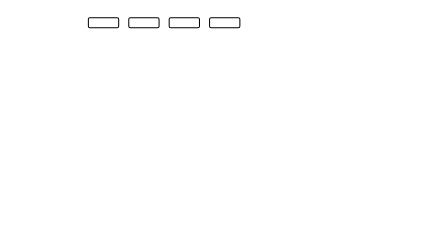
The draw.io diagram ceph/ceph_cluster.drawio in EarthWind/deeparch, before the edit. Source tidied: cells renumbered, new cells numbered last; positions are measured from the earlier drawing's top-left corner, leaving out a move shared by most shapes. Both pictures are drawn from the tidied source at 101%, with x=0, y=0 at pixel (88, 17).
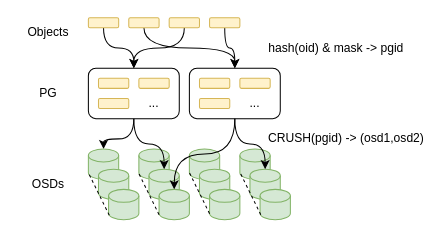
The same diagram, later.

The edit, as a diff of the source:
```diff
@@
+    <mxCell id="6" style="edgeStyle=orthogonalEdgeStyle;curved=1;rounded=0;jettySize=auto;html=1;entryX=0.5;entryY=0;entryDx=0;entryDy=0;" parent="1" edge="1" source="2" target="12">
+      <mxGeometry relative="1" as="geometry" />
+    </mxCell>
-    <mxCell id="2" style="rounded=1;whiteSpace=wrap;html=1;" parent="1" vertex="1">
+    <mxCell id="2" style="rounded=1;whiteSpace=wrap;html=1;fillColor=#fff2cc;strokeColor=#d6b656;" parent="1" vertex="1">
       <mxGeometry width="30" height="10" as="geometry" />
     </mxCell>
+    <mxCell id="7" style="edgeStyle=orthogonalEdgeStyle;curved=1;rounded=0;jettySize=auto;html=1;entryX=0.5;entryY=0;entryDx=0;entryDy=0;exitX=0.5;exitY=1;exitDx=0;exitDy=0;" parent="1" edge="1" source="3" target="17">
+      <mxGeometry relative="1" as="geometry" />
+    </mxCell>
-    <mxCell id="3" style="rounded=1;whiteSpace=wrap;html=1;" parent="1" vertex="1">
+    <mxCell id="3" style="rounded=1;whiteSpace=wrap;html=1;fillColor=#fff2cc;strokeColor=#d6b656;" parent="1" vertex="1">
       <mxGeometry x="40" width="30" height="10" as="geometry" />
     </mxCell>
+    <mxCell id="8" style="edgeStyle=orthogonalEdgeStyle;curved=1;rounded=0;jettySize=auto;html=1;entryX=0.5;entryY=0;entryDx=0;entryDy=0;" parent="1" edge="1" source="4" target="12">
+      <mxGeometry relative="1" as="geometry" />
+    </mxCell>
-    <mxCell id="4" style="rounded=1;whiteSpace=wrap;html=1;" parent="1" vertex="1">
+    <mxCell id="4" style="rounded=1;whiteSpace=wrap;html=1;fillColor=#fff2cc;strokeColor=#d6b656;" parent="1" vertex="1">
       <mxGeometry x="80" width="30" height="10" as="geometry" />
     </mxCell>
+    <mxCell id="9" style="edgeStyle=orthogonalEdgeStyle;curved=1;rounded=0;jettySize=auto;html=1;entryX=0.5;entryY=0;entryDx=0;entryDy=0;" parent="1" edge="1" source="5" target="17">
+      <mxGeometry relative="1" as="geometry" />
+    </mxCell>
-    <mxCell id="5" style="rounded=1;whiteSpace=wrap;html=1;" parent="1" vertex="1">
+    <mxCell id="5" style="rounded=1;whiteSpace=wrap;html=1;fillColor=#fff2cc;strokeColor=#d6b656;" parent="1" vertex="1">
       <mxGeometry x="120" width="30" height="10" as="geometry" />
     </mxCell>
+    <mxCell id="10" value="Objects" style="text;html=1;align=center;verticalAlign=middle;strokeColor=none;fillColor=none;" parent="1" vertex="1">
+      <mxGeometry x="-70" y="5" width="60" height="20" as="geometry" />
+    </mxCell>
+    <mxCell id="11" style="edgeStyle=orthogonalEdgeStyle;curved=1;rounded=0;jettySize=auto;html=1;" parent="1" edge="1" source="12" target="23">
+      <mxGeometry relative="1" as="geometry" />
+    </mxCell>
+    <mxCell id="12" style="rounded=1;whiteSpace=wrap;html=1;" parent="1" vertex="1">
+      <mxGeometry y="50" width="90" height="50" as="geometry" />
+    </mxCell>
+    <mxCell id="13" style="rounded=1;whiteSpace=wrap;html=1;fillColor=#fff2cc;strokeColor=#d6b656;" parent="1" vertex="1">
+      <mxGeometry x="10" y="60" width="30" height="10" as="geometry" />
+    </mxCell>
+    <mxCell id="14" style="rounded=1;whiteSpace=wrap;html=1;fillColor=#fff2cc;strokeColor=#d6b656;" parent="1" vertex="1">
+      <mxGeometry x="50" y="60" width="30" height="10" as="geometry" />
+    </mxCell>
+    <mxCell id="15" style="rounded=1;whiteSpace=wrap;html=1;fillColor=#fff2cc;strokeColor=#d6b656;" parent="1" vertex="1">
+      <mxGeometry x="10" y="80" width="30" height="10" as="geometry" />
+    </mxCell>
+    <mxCell id="16" value="..." style="rounded=1;whiteSpace=wrap;html=1;strokeColor=none;" parent="1" vertex="1">
+      <mxGeometry x="50" y="80" width="30" height="10" as="geometry" />
+    </mxCell>
+    <mxCell id="17" style="rounded=1;whiteSpace=wrap;html=1;" parent="1" vertex="1">
+      <mxGeometry x="100" y="50" width="90" height="50" as="geometry" />
+    </mxCell>
+    <mxCell id="18" style="rounded=1;whiteSpace=wrap;html=1;fillColor=#fff2cc;strokeColor=#d6b656;" parent="1" vertex="1">
+      <mxGeometry x="110" y="60" width="30" height="10" as="geometry" />
+    </mxCell>
+    <mxCell id="19" style="rounded=1;whiteSpace=wrap;html=1;fillColor=#fff2cc;strokeColor=#d6b656;" parent="1" vertex="1">
+      <mxGeometry x="150" y="60" width="30" height="10" as="geometry" />
+    </mxCell>
+    <mxCell id="20" style="rounded=1;whiteSpace=wrap;html=1;fillColor=#fff2cc;strokeColor=#d6b656;" parent="1" vertex="1">
+      <mxGeometry x="110" y="80" width="30" height="10" as="geometry" />
+    </mxCell>
+    <mxCell id="21" value="..." style="rounded=1;whiteSpace=wrap;html=1;strokeColor=none;" parent="1" vertex="1">
+      <mxGeometry x="150" y="80" width="30" height="10" as="geometry" />
+    </mxCell>
+    <mxCell id="22" value="PG" style="text;html=1;align=center;verticalAlign=middle;strokeColor=none;fillColor=none;" parent="1" vertex="1">
+      <mxGeometry x="-55" y="65" width="30" height="20" as="geometry" />
+    </mxCell>
+    <mxCell id="23" style="shape=cylinder3;whiteSpace=wrap;html=1;boundedLbl=1;backgroundOutline=1;size=6.4285714285713595;fillColor=#d5e8d4;strokeColor=#82b366;" parent="1" vertex="1">
+      <mxGeometry y="130" width="30" height="30" as="geometry" />
+    </mxCell>
+    <mxCell id="24" style="shape=cylinder3;whiteSpace=wrap;html=1;boundedLbl=1;backgroundOutline=1;size=6.4285714285713595;fillColor=#d5e8d4;strokeColor=#82b366;" parent="1" vertex="1">
+      <mxGeometry x="50" y="130" width="30" height="30" as="geometry" />
+    </mxCell>
+    <mxCell id="25" style="shape=cylinder3;whiteSpace=wrap;html=1;boundedLbl=1;backgroundOutline=1;size=6.4285714285713595;fillColor=#d5e8d4;strokeColor=#82b366;" parent="1" vertex="1">
+      <mxGeometry x="10" y="150" width="30" height="30" as="geometry" />
+    </mxCell>
+    <mxCell id="26" style="shape=cylinder3;whiteSpace=wrap;html=1;boundedLbl=1;backgroundOutline=1;size=6.4285714285713595;fillColor=#d5e8d4;strokeColor=#82b366;" parent="1" vertex="1">
+      <mxGeometry x="60" y="150" width="30" height="30" as="geometry" />
+    </mxCell>
+    <mxCell id="27" style="shape=cylinder3;whiteSpace=wrap;html=1;boundedLbl=1;backgroundOutline=1;size=6.4285714285713595;fillColor=#d5e8d4;strokeColor=#82b366;" parent="1" vertex="1">
+      <mxGeometry x="20" y="170" width="30" height="30" as="geometry" />
+    </mxCell>
+    <mxCell id="28" style="shape=cylinder3;whiteSpace=wrap;html=1;boundedLbl=1;backgroundOutline=1;size=6.4285714285713595;fillColor=#d5e8d4;strokeColor=#82b366;" parent="1" vertex="1">
+      <mxGeometry x="70" y="170" width="30" height="30" as="geometry" />
+    </mxCell>
+    <mxCell id="29" style="shape=cylinder3;whiteSpace=wrap;html=1;boundedLbl=1;backgroundOutline=1;size=6.4285714285713595;fillColor=#d5e8d4;strokeColor=#82b366;" parent="1" vertex="1">
+      <mxGeometry x="100" y="130" width="30" height="30" as="geometry" />
+    </mxCell>
+    <mxCell id="30" style="shape=cylinder3;whiteSpace=wrap;html=1;boundedLbl=1;backgroundOutline=1;size=6.4285714285713595;fillColor=#d5e8d4;strokeColor=#82b366;" parent="1" vertex="1">
+      <mxGeometry x="110" y="150" width="30" height="30" as="geometry" />
+    </mxCell>
+    <mxCell id="31" style="shape=cylinder3;whiteSpace=wrap;html=1;boundedLbl=1;backgroundOutline=1;size=6.4285714285713595;fillColor=#d5e8d4;strokeColor=#82b366;" parent="1" vertex="1">
+      <mxGeometry x="120" y="170" width="30" height="30" as="geometry" />
+    </mxCell>
+    <mxCell id="32" style="shape=cylinder3;whiteSpace=wrap;html=1;boundedLbl=1;backgroundOutline=1;size=6.4285714285713595;fillColor=#d5e8d4;strokeColor=#82b366;" parent="1" vertex="1">
+      <mxGeometry x="150" y="130" width="30" height="30" as="geometry" />
+    </mxCell>
+    <mxCell id="33" style="shape=cylinder3;whiteSpace=wrap;html=1;boundedLbl=1;backgroundOutline=1;size=6.4285714285713595;fillColor=#d5e8d4;strokeColor=#82b366;" parent="1" vertex="1">
+      <mxGeometry x="160" y="150" width="30" height="30" as="geometry" />
+    </mxCell>
+    <mxCell id="34" style="shape=cylinder3;whiteSpace=wrap;html=1;boundedLbl=1;backgroundOutline=1;size=6.4285714285713595;fillColor=#d5e8d4;strokeColor=#82b366;" parent="1" vertex="1">
+      <mxGeometry x="170" y="170" width="30" height="30" as="geometry" />
+    </mxCell>
+    <mxCell id="35" style="edgeStyle=orthogonalEdgeStyle;curved=1;rounded=0;jettySize=auto;html=1;" parent="1" edge="1" source="12" target="26">
+      <mxGeometry relative="1" as="geometry" />
+    </mxCell>
+    <mxCell id="36" style="edgeStyle=orthogonalEdgeStyle;curved=1;rounded=0;jettySize=auto;html=1;" parent="1" edge="1" source="17" target="28">
+      <mxGeometry relative="1" as="geometry" />
+    </mxCell>
+    <mxCell id="37" style="edgeStyle=orthogonalEdgeStyle;curved=1;rounded=0;jettySize=auto;html=1;" parent="1" edge="1" source="17" target="33">
+      <mxGeometry relative="1" as="geometry" />
+    </mxCell>
+    <mxCell id="38" value="OSDs" style="text;html=1;align=center;verticalAlign=middle;strokeColor=none;fillColor=none;" parent="1" vertex="1">
+      <mxGeometry x="-65" y="155" width="50" height="20" as="geometry" />
+    </mxCell>
+    <mxCell id="39" value="hash(oid) &amp;amp; mask -&amp;gt; pgid" style="text;html=1;align=center;verticalAlign=middle;strokeColor=none;fillColor=none;" parent="1" vertex="1">
+      <mxGeometry x="170" y="20" width="150" height="20" as="geometry" />
+    </mxCell>
+    <mxCell id="40" value="CRUSH(pgid) -&amp;gt; (osd1,osd2)" style="text;html=1;align=center;verticalAlign=middle;strokeColor=none;fillColor=none;" parent="1" vertex="1">
+      <mxGeometry x="170" y="110" width="170" height="20" as="geometry" />
+    </mxCell>
+    <mxCell id="41" style="endArrow=none;dashed=1;html=1;rounded=0;curved=1;entryX=0;entryY=1;entryDx=0;entryDy=-6.4285714285713595;entryPerimeter=0;exitX=0.023;exitY=0.856;exitDx=0;exitDy=0;exitPerimeter=0;" parent="1" edge="1" source="27" target="23">
+      <mxGeometry relative="1" as="geometry" />
+    </mxCell>
+    <mxCell id="42" style="endArrow=none;dashed=1;html=1;rounded=0;curved=1;entryX=0;entryY=1;entryDx=0;entryDy=-6.4285714285713595;entryPerimeter=0;exitX=0.023;exitY=0.856;exitDx=0;exitDy=0;exitPerimeter=0;" parent="1" edge="1">
+      <mxGeometry relative="1" as="geometry">
+        <mxPoint x="70" y="195.1" as="sourcePoint" />
+        <mxPoint x="49.3" y="153" as="targetPoint" />
+      </mxGeometry>
+    </mxCell>
+    <mxCell id="43" style="endArrow=none;dashed=1;html=1;rounded=0;curved=1;entryX=0;entryY=1;entryDx=0;entryDy=-6.4285714285713595;entryPerimeter=0;exitX=0.023;exitY=0.856;exitDx=0;exitDy=0;exitPerimeter=0;" parent="1" edge="1">
+      <mxGeometry relative="1" as="geometry">
+        <mxPoint x="120" y="194.1" as="sourcePoint" />
+        <mxPoint x="99.3" y="152" as="targetPoint" />
+      </mxGeometry>
+    </mxCell>
+    <mxCell id="44" style="endArrow=none;dashed=1;html=1;rounded=0;curved=1;entryX=0;entryY=1;entryDx=0;entryDy=-6.4285714285713595;entryPerimeter=0;exitX=0.023;exitY=0.856;exitDx=0;exitDy=0;exitPerimeter=0;" parent="1" edge="1">
+      <mxGeometry relative="1" as="geometry">
+        <mxPoint x="170.7" y="195.1" as="sourcePoint" />
+        <mxPoint x="150" y="153" as="targetPoint" />
+      </mxGeometry>
+    </mxCell>
```
